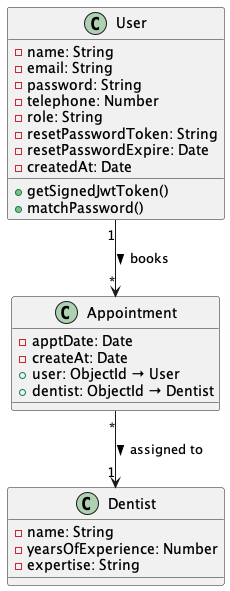
The PlantUML diagram plantuml/class-diagram.png in PatMSK/SWdevprac-project, before a commit.
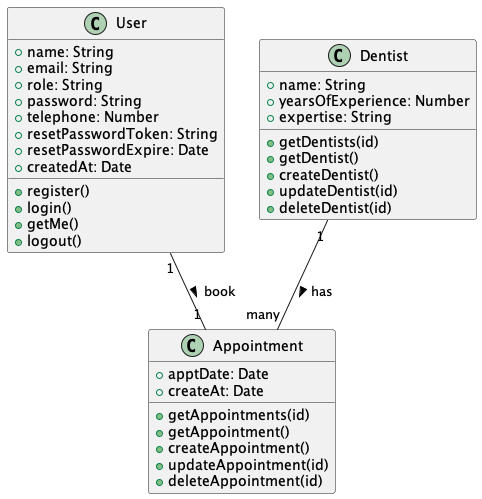
After the commit.

Change to the diagram source:
```diff
@@ -1,33 +1,43 @@
 @startuml
 
 class User {
-    - name: String
-    - email: String
-    - password: String
-    - telephone: Number
-    - role: String
-    - resetPasswordToken: String
-    - resetPasswordExpire: Date
-    - createdAt: Date
-    + getSignedJwtToken()
-    + matchPassword()
+  +name: String
+  +email: String
+  +role: String
+  +password: String
+  +telephone: Number
+  +resetPasswordToken: String
+  +resetPasswordExpire: Date
+  +createdAt: Date
+  +register()
+  +login()
+  +getMe()
+  +logout()
 }
 
 class Dentist {
-    - name: String
-    - yearsOfExperience: Number
-    - expertise: String
+  +name: String
+  +yearsOfExperience: Number
+  +expertise: String
+  +getDentists(id)
+  +getDentist()
+  +createDentist()
+  +updateDentist(id)
+  +deleteDentist(id)
 }
 
 class Appointment {
-    - apptDate: Date
-    - createAt: Date
-    + user: ObjectId → User
-    + dentist: ObjectId → Dentist
+  +apptDate: Date
+  +createAt: Date
+  +getAppointments(id)
+  +getAppointment()
+  +createAppointment()
+  +updateAppointment(id)
+  +deleteAppointment(id)
 }
 
 
-User "1" --> "*" Appointment : books >
-Appointment "*" --> "1" Dentist : assigned to >
+User "1" -- "1" Appointment : book >
+Dentist "1" -- "many" Appointment : has >
 
 @enduml
```
